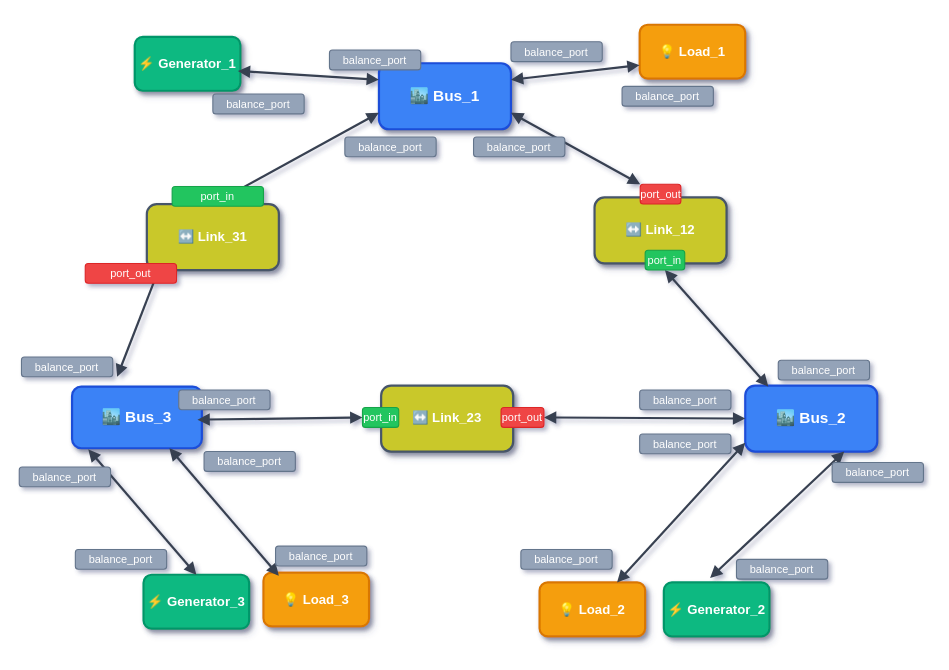
This is doc/assets/QSE_1_system_complete.drawio from AntaresSimulatorTeam/GEMS, a draw.io file, before an edit. Source tidied: cells renumbered, new cells numbered last; positions are measured from the earlier drawing's top-left corner, leaving out a move shared by most shapes. Both pictures are drawn from the tidied source at 110%, with x=0, y=0 at pixel (19, 24).
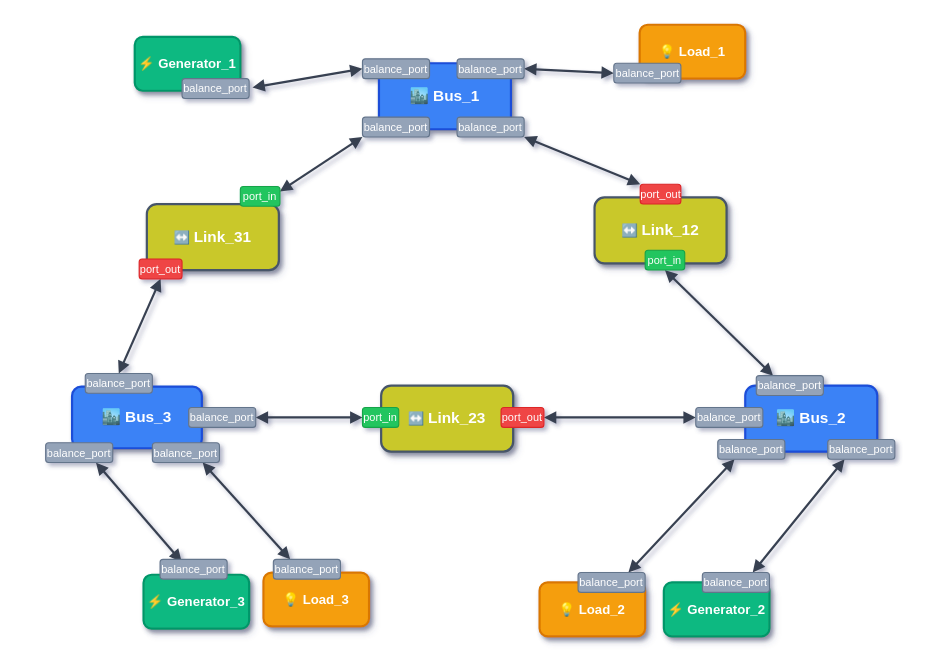
The same page after the edit.

Commit message (it also covers changes not shown here):
update complete diagram

The change refers to these unchanged cells:
```xml
<mxCell id="2" value="🏙️ Bus_1" style="rounded=1;whiteSpace=wrap;html=1;fillColor=#3B82F6;strokeColor=#1D4ED8;strokeWidth=2;fontColor=#FFFFFF;fontStyle=1;fontSize=14;shadow=1;" parent="1" vertex="1">
  <mxGeometry x="327" y="35" width="120" height="60" as="geometry" />
</mxCell>
<mxCell id="3" value="⚡ Generator_1" style="rounded=1;whiteSpace=wrap;html=1;fillColor=#10B981;strokeColor=#059669;strokeWidth=2;fontColor=#FFFFFF;fontStyle=1;fontSize=12;shadow=1;" parent="1" vertex="1">
  <mxGeometry x="105" y="11" width="96" height="49" as="geometry" />
</mxCell>
<mxCell id="4" value="🏙️ Bus_3" style="rounded=1;whiteSpace=wrap;html=1;fillColor=#3B82F6;strokeColor=#1D4ED8;strokeWidth=2;fontColor=#FFFFFF;fontStyle=1;fontSize=14;shadow=1;" parent="1" vertex="1">
  <mxGeometry x="48" y="329" width="118" height="56" as="geometry" />
</mxCell>
<mxCell id="5" value="🏙️ Bus_2" style="rounded=1;whiteSpace=wrap;html=1;fillColor=#3B82F6;strokeColor=#1D4ED8;strokeWidth=2;fontColor=#FFFFFF;fontStyle=1;fontSize=14;shadow=1;" parent="1" vertex="1">
  <mxGeometry x="660" y="328" width="120" height="60" as="geometry" />
</mxCell>
<mxCell id="9" value="⚡ Generator_2" style="rounded=1;whiteSpace=wrap;html=1;fillColor=#10B981;strokeColor=#059669;strokeWidth=2;fontColor=#FFFFFF;fontStyle=1;fontSize=12;shadow=1;" parent="1" vertex="1">
  <mxGeometry x="586" y="507" width="96" height="49" as="geometry" />
</mxCell>
<mxCell id="10" value="⚡ Generator_3" style="rounded=1;whiteSpace=wrap;html=1;fillColor=#10B981;strokeColor=#059669;strokeWidth=2;fontColor=#FFFFFF;fontStyle=1;fontSize=12;shadow=1;" parent="1" vertex="1">
  <mxGeometry x="113" y="500" width="96" height="49" as="geometry" />
</mxCell>
<mxCell id="11" value="💡 Load_3" style="rounded=1;whiteSpace=wrap;html=1;fillColor=#F59E0B;strokeColor=#D97706;strokeWidth=2;fontColor=#FFFFFF;fontStyle=1;fontSize=12;shadow=1;" parent="1" vertex="1">
  <mxGeometry x="222" y="498" width="96" height="49" as="geometry" />
</mxCell>
<mxCell id="12" value="💡 Load_2" style="rounded=1;whiteSpace=wrap;html=1;fillColor=#F59E0B;strokeColor=#D97706;strokeWidth=2;fontColor=#FFFFFF;fontStyle=1;fontSize=12;shadow=1;" parent="1" vertex="1">
  <mxGeometry x="473" y="507" width="96" height="49" as="geometry" />
</mxCell>
<mxCell id="13" value="💡 Load_1" style="rounded=1;whiteSpace=wrap;html=1;fillColor=#F59E0B;strokeColor=#D97706;strokeWidth=2;fontColor=#FFFFFF;fontStyle=1;fontSize=12;shadow=1;" parent="1" vertex="1">
  <mxGeometry x="564" width="96" height="49" as="geometry" />
</mxCell>
<mxCell id="44" value="port_out" style="rounded=1;whiteSpace=wrap;html=1;fillColor=#EF4444;strokeColor=#DC2626;strokeWidth=1;fontColor=#FFFFFF;fontSize=10;shadow=0;" parent="1" vertex="1">
  <mxGeometry x="564.5" y="145" width="37" height="18" as="geometry" />
</mxCell>
<mxCell id="45" value="port_out" style="rounded=1;whiteSpace=wrap;html=1;fillColor=#EF4444;strokeColor=#DC2626;strokeWidth=1;fontColor=#FFFFFF;fontSize=10;shadow=0;" parent="1" vertex="1">
  <mxGeometry x="438" y="348" width="39" height="18" as="geometry" />
</mxCell>
<mxCell id="46" value="port_in" style="rounded=1;whiteSpace=wrap;html=1;fillColor=#22C55E;strokeColor=#16A34A;strokeWidth=1;fontColor=#FFFFFF;fontSize=10;shadow=0;" parent="1" vertex="1">
  <mxGeometry x="312" y="348" width="33" height="18" as="geometry" />
</mxCell>
<mxCell id="49" value="port_in" style="rounded=1;whiteSpace=wrap;html=1;fillColor=#22C55E;strokeColor=#16A34A;strokeWidth=1;fontColor=#FFFFFF;fontSize=10;shadow=0;" parent="1" vertex="1">
  <mxGeometry x="569" y="205" width="36" height="18" as="geometry" />
</mxCell>
```

The edit, as a diff of the source:
```diff
@@
-    <mxCell id="6" value="↔️ Link_23" style="rounded=1;whiteSpace=wrap;html=1;fillColor=#C9C82B;strokeColor=#475569;strokeWidth=2;fontColor=#FFFFFF;fontStyle=1;fontSize=12;shadow=1;" parent="1" vertex="1">
+    <mxCell id="6" value="↔️ &lt;font style=&quot;font-size: 14px;&quot;&gt;Link_23&lt;/font&gt;" style="rounded=1;whiteSpace=wrap;html=1;fillColor=#C9C82B;strokeColor=#475569;strokeWidth=2;fontColor=#FFFFFF;fontStyle=1;fontSize=12;shadow=1;" parent="1" vertex="1">
       <mxGeometry x="329" y="328" width="120" height="60" as="geometry" />
     </mxCell>
-    <mxCell id="7" value="↔️ Link_12" style="rounded=1;whiteSpace=wrap;html=1;fillColor=#C9C82B;strokeColor=#475569;strokeWidth=2;fontColor=#FFFFFF;fontStyle=1;fontSize=12;shadow=1;" parent="1" vertex="1">
+    <mxCell id="7" value="↔️ &lt;font style=&quot;font-size: 14px;&quot;&gt;Link_12&lt;/font&gt;" style="rounded=1;whiteSpace=wrap;html=1;fillColor=#C9C82B;strokeColor=#475569;strokeWidth=2;fontColor=#FFFFFF;fontStyle=1;fontSize=12;shadow=1;" parent="1" vertex="1">
       <mxGeometry x="523" y="157" width="120" height="60" as="geometry" />
     </mxCell>
-    <mxCell id="8" value="↔️ Link_31" style="rounded=1;whiteSpace=wrap;html=1;fillColor=#C9C82B;strokeColor=#475569;strokeWidth=2;fontColor=#FFFFFF;fontStyle=1;fontSize=12;shadow=1;" parent="1" vertex="1">
+    <mxCell id="8" value="↔️ &lt;font style=&quot;font-size: 14px;&quot;&gt;Link_31&lt;/font&gt;" style="rounded=1;whiteSpace=wrap;html=1;fillColor=#C9C82B;strokeColor=#475569;strokeWidth=2;fontColor=#FFFFFF;fontStyle=1;fontSize=12;shadow=1;" parent="1" vertex="1">
       <mxGeometry x="116" y="163" width="120" height="60" as="geometry" />
     </mxCell>
@@
-    <mxCell id="14" style="endArrow=block;startArrow=block;html=1;rounded=1;strokeWidth=2;strokeColor=#374151;entryX=0.092;entryY=0.983;entryDx=0;entryDy=0;entryPerimeter=0;" parent="1" edge="1" target="8">
-      <mxGeometry x="0.01" relative="1" as="geometry">
-        <mxPoint x="89" y="320" as="sourcePoint" />
-      </mxGeometry>
+    <mxCell id="14" style="endArrow=block;startArrow=block;html=1;rounded=1;strokeWidth=2;strokeColor=#374151;entryX=0.5;entryY=1;entryDx=0;entryDy=0;exitX=0.5;exitY=0;exitDx=0;exitDy=0;" parent="1" edge="1" source="16" target="15">
+      <mxGeometry x="0.01" relative="1" as="geometry" />
     </mxCell>
-    <mxCell id="15" value="port_out" style="rounded=1;whiteSpace=wrap;html=1;fillColor=#EF4444;strokeColor=#DC2626;strokeWidth=1;fontColor=#FFFFFF;fontSize=10;shadow=0;" parent="1" vertex="1">
-      <mxGeometry x="60" y="217" width="83" height="18" as="geometry" />
-    </mxCell>
     <mxCell id="16" value="balance_port" style="rounded=1;whiteSpace=wrap;html=1;fillColor=#94A3B8;strokeColor=#64748B;strokeWidth=1;fontColor=#FFFFFF;fontSize=10;shadow=0;" parent="1" vertex="1">
-      <mxGeometry x="2" y="302" width="83" height="18" as="geometry" />
+      <mxGeometry x="60" y="317" width="61" height="18" as="geometry" />
     </mxCell>
-    <mxCell id="17" style="endArrow=block;startArrow=block;html=1;rounded=1;strokeWidth=2;strokeColor=#374151;entryX=0;entryY=0.5;entryDx=0;entryDy=0;" parent="1" edge="1" target="46">
-      <mxGeometry relative="1" as="geometry">
-        <mxPoint x="162" y="359" as="sourcePoint" />
-      </mxGeometry>
+    <mxCell id="17" style="endArrow=block;startArrow=block;html=1;rounded=1;strokeWidth=2;strokeColor=#374151;entryX=0;entryY=0.5;entryDx=0;entryDy=0;exitX=1;exitY=0.5;exitDx=0;exitDy=0;" parent="1" edge="1" source="47" target="46">
+      <mxGeometry relative="1" as="geometry" />
     </mxCell>
-    <mxCell id="18" style="endArrow=block;startArrow=block;html=1;rounded=1;strokeWidth=2;strokeColor=#374151;entryX=0;entryY=0.5;entryDx=0;entryDy=0;exitX=1;exitY=0.5;exitDx=0;exitDy=0;" parent="1" edge="1" source="45" target="5">
+    <mxCell id="18" style="endArrow=block;startArrow=block;html=1;rounded=1;strokeWidth=2;strokeColor=#374151;entryX=0;entryY=0.5;entryDx=0;entryDy=0;exitX=1;exitY=0.5;exitDx=0;exitDy=0;" parent="1" edge="1" source="45" target="41">
       <mxGeometry relative="1" as="geometry" />
     </mxCell>
-    <mxCell id="19" style="endArrow=block;startArrow=block;html=1;rounded=1;strokeWidth=2;strokeColor=#374151;exitX=1;exitY=0.75;exitDx=0;exitDy=0;entryX=0;entryY=0;entryDx=0;entryDy=0;" parent="1" edge="1" source="2" target="44">
+    <mxCell id="19" style="endArrow=block;startArrow=block;html=1;rounded=1;strokeWidth=2;strokeColor=#374151;exitX=1;exitY=1;exitDx=0;exitDy=0;entryX=0;entryY=0;entryDx=0;entryDy=0;" parent="1" edge="1" source="35" target="44">
       <mxGeometry relative="1" as="geometry" />
     </mxCell>
-    <mxCell id="20" style="endArrow=block;startArrow=block;html=1;rounded=1;strokeWidth=2;strokeColor=#374151;exitX=0;exitY=0.75;exitDx=0;exitDy=0;entryX=1;entryY=0.25;entryDx=0;entryDy=0;" parent="1" edge="1" source="13" target="2">
+    <mxCell id="20" style="endArrow=block;startArrow=block;html=1;rounded=1;strokeWidth=2;strokeColor=#374151;exitX=0;exitY=0.5;exitDx=0;exitDy=0;entryX=1;entryY=0.5;entryDx=0;entryDy=0;" parent="1" edge="1" source="38" target="37">
       <mxGeometry relative="1" as="geometry" />
     </mxCell>
-    <mxCell id="21" style="endArrow=block;startArrow=block;html=1;rounded=1;strokeWidth=2;strokeColor=#374151;entryX=0.976;entryY=0.634;entryDx=0;entryDy=0;entryPerimeter=0;exitX=0;exitY=0.25;exitDx=0;exitDy=0;" parent="1" edge="1" source="2" target="3">
-      <mxGeometry relative="1" as="geometry" />
+    <mxCell id="21" style="endArrow=block;startArrow=block;html=1;rounded=1;strokeWidth=2;strokeColor=#374151;exitX=0;exitY=0.5;exitDx=0;exitDy=0;" parent="1" edge="1" source="36">
+      <mxGeometry relative="1" as="geometry">
+        <mxPoint x="212" y="57" as="targetPoint" />
+      </mxGeometry>
     </mxCell>
-    <mxCell id="22" style="endArrow=block;startArrow=block;html=1;rounded=1;strokeWidth=2;strokeColor=#374151;exitX=0.5;exitY=0;exitDx=0;exitDy=0;entryX=0;entryY=0.75;entryDx=0;entryDy=0;" parent="1" edge="1" source="8" target="2">
+    <mxCell id="22" style="endArrow=block;startArrow=block;html=1;rounded=1;strokeWidth=2;strokeColor=#374151;exitX=1;exitY=0.25;exitDx=0;exitDy=0;entryX=0;entryY=1;entryDx=0;entryDy=0;" parent="1" edge="1" source="48" target="34">
       <mxGeometry relative="1" as="geometry" />
     </mxCell>
-    <mxCell id="23" style="endArrow=block;startArrow=block;html=1;rounded=1;strokeWidth=2;strokeColor=#374151;exitX=0.175;exitY=0.017;exitDx=0;exitDy=0;exitPerimeter=0;entryX=0.5;entryY=1;entryDx=0;entryDy=0;" parent="1" edge="1" source="5" target="49">
+    <mxCell id="23" style="endArrow=block;startArrow=block;html=1;rounded=1;strokeWidth=2;strokeColor=#374151;exitX=0.25;exitY=0;exitDx=0;exitDy=0;entryX=0.5;entryY=1;entryDx=0;entryDy=0;" parent="1" edge="1" source="40" target="49">
       <mxGeometry relative="1" as="geometry" />
     </mxCell>
-    <mxCell id="24" style="endArrow=block;startArrow=block;html=1;rounded=1;strokeWidth=2;strokeColor=#374151;entryX=0.125;entryY=1.017;entryDx=0;entryDy=0;exitX=0.5;exitY=0;exitDx=0;exitDy=0;entryPerimeter=0;" parent="1" edge="1" source="10" target="4">
+    <mxCell id="24" style="endArrow=block;startArrow=block;html=1;rounded=1;strokeWidth=2;strokeColor=#374151;exitX=0.322;exitY=0.121;exitDx=0;exitDy=0;entryX=0.75;entryY=1;entryDx=0;entryDy=0;exitPerimeter=0;" parent="1" edge="1" source="28" target="33">
       <mxGeometry relative="1" as="geometry" />
     </mxCell>
-    <mxCell id="25" style="endArrow=block;startArrow=block;html=1;rounded=1;strokeWidth=2;strokeColor=#374151;entryX=0.75;entryY=1;entryDx=0;entryDy=0;exitX=0.146;exitY=0.061;exitDx=0;exitDy=0;exitPerimeter=0;" parent="1" edge="1" source="11" target="4">
+    <mxCell id="25" style="endArrow=block;startArrow=block;html=1;rounded=1;strokeWidth=2;strokeColor=#374151;entryX=0.75;entryY=1;entryDx=0;entryDy=0;exitX=0.25;exitY=0;exitDx=0;exitDy=0;" parent="1" edge="1" source="29" target="32">
       <mxGeometry relative="1" as="geometry" />
     </mxCell>
-    <mxCell id="26" style="endArrow=block;startArrow=block;html=1;rounded=1;strokeWidth=2;strokeColor=#374151;entryX=0;entryY=0.867;entryDx=0;entryDy=0;entryPerimeter=0;" parent="1" edge="1" source="12" target="5">
+    <mxCell id="26" style="endArrow=block;startArrow=block;html=1;rounded=1;strokeWidth=2;strokeColor=#374151;entryX=0.25;entryY=1;entryDx=0;entryDy=0;exitX=0.75;exitY=0;exitDx=0;exitDy=0;" parent="1" edge="1" source="30" target="42">
       <mxGeometry relative="1" as="geometry" />
     </mxCell>
-    <mxCell id="27" style="endArrow=block;startArrow=block;html=1;rounded=1;strokeWidth=2;strokeColor=#374151;entryX=0.75;entryY=1;entryDx=0;entryDy=0;exitX=0.438;exitY=-0.082;exitDx=0;exitDy=0;exitPerimeter=0;" parent="1" edge="1" source="9" target="5">
+    <mxCell id="27" style="endArrow=block;startArrow=block;html=1;rounded=1;strokeWidth=2;strokeColor=#374151;entryX=0.25;entryY=1;entryDx=0;entryDy=0;exitX=0.75;exitY=0;exitDx=0;exitDy=0;" parent="1" edge="1" source="31" target="43">
       <mxGeometry relative="1" as="geometry" />
     </mxCell>
     <mxCell id="28" value="balance_port" style="rounded=1;whiteSpace=wrap;html=1;fillColor=#94A3B8;strokeColor=#64748B;strokeWidth=1;fontColor=#FFFFFF;fontSize=10;shadow=0;" parent="1" vertex="1">
-      <mxGeometry x="51" y="477" width="83" height="18" as="geometry" />
+      <mxGeometry x="128" y="486" width="61" height="18" as="geometry" />
     </mxCell>
     <mxCell id="29" value="balance_port" style="rounded=1;whiteSpace=wrap;html=1;fillColor=#94A3B8;strokeColor=#64748B;strokeWidth=1;fontColor=#FFFFFF;fontSize=10;shadow=0;" parent="1" vertex="1">
-      <mxGeometry x="233" y="474" width="83" height="18" as="geometry" />
+      <mxGeometry x="231" y="486" width="61" height="18" as="geometry" />
     </mxCell>
     <mxCell id="30" value="balance_port" style="rounded=1;whiteSpace=wrap;html=1;fillColor=#94A3B8;strokeColor=#64748B;strokeWidth=1;fontColor=#FFFFFF;fontSize=10;shadow=0;" parent="1" vertex="1">
-      <mxGeometry x="456" y="477" width="83" height="18" as="geometry" />
+      <mxGeometry x="508" y="498" width="61" height="18" as="geometry" />
     </mxCell>
     <mxCell id="31" value="balance_port" style="rounded=1;whiteSpace=wrap;html=1;fillColor=#94A3B8;strokeColor=#64748B;strokeWidth=1;fontColor=#FFFFFF;fontSize=10;shadow=0;" parent="1" vertex="1">
-      <mxGeometry x="652" y="486" width="83" height="18" as="geometry" />
+      <mxGeometry x="621" y="498" width="61" height="18" as="geometry" />
     </mxCell>
     <mxCell id="32" value="balance_port" style="rounded=1;whiteSpace=wrap;html=1;fillColor=#94A3B8;strokeColor=#64748B;strokeWidth=1;fontColor=#FFFFFF;fontSize=10;shadow=0;" parent="1" vertex="1">
-      <mxGeometry x="168" y="388" width="83" height="18" as="geometry" />
+      <mxGeometry x="121" y="380" width="61" height="18" as="geometry" />
     </mxCell>
     <mxCell id="33" value="balance_port" style="rounded=1;whiteSpace=wrap;html=1;fillColor=#94A3B8;strokeColor=#64748B;strokeWidth=1;fontColor=#FFFFFF;fontSize=10;shadow=0;" parent="1" vertex="1">
-      <mxGeometry y="402" width="83" height="18" as="geometry" />
+      <mxGeometry x="24" y="380" width="61" height="18" as="geometry" />
     </mxCell>
     <mxCell id="34" value="balance_port" style="rounded=1;whiteSpace=wrap;html=1;fillColor=#94A3B8;strokeColor=#64748B;strokeWidth=1;fontColor=#FFFFFF;fontSize=10;shadow=0;" parent="1" vertex="1">
-      <mxGeometry x="296" y="102" width="83" height="18" as="geometry" />
+      <mxGeometry x="312" y="84" width="61" height="18" as="geometry" />
     </mxCell>
     <mxCell id="35" value="balance_port" style="rounded=1;whiteSpace=wrap;html=1;fillColor=#94A3B8;strokeColor=#64748B;strokeWidth=1;fontColor=#FFFFFF;fontSize=10;shadow=0;" parent="1" vertex="1">
-      <mxGeometry x="413" y="102" width="83" height="18" as="geometry" />
+      <mxGeometry x="398" y="84" width="61" height="18" as="geometry" />
     </mxCell>
     <mxCell id="36" value="balance_port" style="rounded=1;whiteSpace=wrap;html=1;fillColor=#94A3B8;strokeColor=#64748B;strokeWidth=1;fontColor=#FFFFFF;fontSize=10;shadow=0;" parent="1" vertex="1">
-      <mxGeometry x="282" y="23" width="83" height="18" as="geometry" />
+      <mxGeometry x="312" y="31" width="61" height="18" as="geometry" />
     </mxCell>
     <mxCell id="37" value="balance_port" style="rounded=1;whiteSpace=wrap;html=1;fillColor=#94A3B8;strokeColor=#64748B;strokeWidth=1;fontColor=#FFFFFF;fontSize=10;shadow=0;" parent="1" vertex="1">
-      <mxGeometry x="447" y="15.5" width="83" height="18" as="geometry" />
+      <mxGeometry x="398" y="31" width="61" height="18" as="geometry" />
     </mxCell>
     <mxCell id="38" value="balance_port" style="rounded=1;whiteSpace=wrap;html=1;fillColor=#94A3B8;strokeColor=#64748B;strokeWidth=1;fontColor=#FFFFFF;fontSize=10;shadow=0;" parent="1" vertex="1">
-      <mxGeometry x="548" y="56" width="83" height="18" as="geometry" />
+      <mxGeometry x="540.5" y="35" width="61" height="18" as="geometry" />
     </mxCell>
-    <mxCell id="39" value="balance_port" style="rounded=1;whiteSpace=wrap;html=1;fillColor=#94A3B8;strokeColor=#64748B;strokeWidth=1;fontColor=#FFFFFF;fontSize=10;shadow=0;" parent="1" vertex="1">
-      <mxGeometry x="176" y="63" width="83" height="18" as="geometry" />
+    <mxCell id="39" value="&lt;font style=&quot;font-size: 10px;&quot;&gt;balance_port&lt;/font&gt;" style="rounded=1;whiteSpace=wrap;html=1;fillColor=#94A3B8;strokeColor=#64748B;strokeWidth=1;fontColor=#FFFFFF;fontSize=10;shadow=0;" parent="1" vertex="1">
+      <mxGeometry x="148" y="49" width="61" height="18" as="geometry" />
     </mxCell>
     <mxCell id="40" value="balance_port" style="rounded=1;whiteSpace=wrap;html=1;fillColor=#94A3B8;strokeColor=#64748B;strokeWidth=1;fontColor=#FFFFFF;fontSize=10;shadow=0;" parent="1" vertex="1">
-      <mxGeometry x="690" y="305" width="83" height="18" as="geometry" />
+      <mxGeometry x="670" y="319" width="61" height="18" as="geometry" />
     </mxCell>
     <mxCell id="41" value="balance_port" style="rounded=1;whiteSpace=wrap;html=1;fillColor=#94A3B8;strokeColor=#64748B;strokeWidth=1;fontColor=#FFFFFF;fontSize=10;shadow=0;" parent="1" vertex="1">
-      <mxGeometry x="564" y="332" width="83" height="18" as="geometry" />
+      <mxGeometry x="615" y="348" width="61" height="18" as="geometry" />
     </mxCell>
     <mxCell id="42" value="balance_port" style="rounded=1;whiteSpace=wrap;html=1;fillColor=#94A3B8;strokeColor=#64748B;strokeWidth=1;fontColor=#FFFFFF;fontSize=10;shadow=0;" parent="1" vertex="1">
-      <mxGeometry x="564" y="372" width="83" height="18" as="geometry" />
+      <mxGeometry x="635" y="377" width="61" height="18" as="geometry" />
     </mxCell>
     <mxCell id="43" value="balance_port" style="rounded=1;whiteSpace=wrap;html=1;fillColor=#94A3B8;strokeColor=#64748B;strokeWidth=1;fontColor=#FFFFFF;fontSize=10;shadow=0;" parent="1" vertex="1">
-      <mxGeometry x="739" y="398" width="83" height="18" as="geometry" />
+      <mxGeometry x="735" y="377" width="61" height="18" as="geometry" />
     </mxCell>
@@
     <mxCell id="47" value="balance_port" style="rounded=1;whiteSpace=wrap;html=1;fillColor=#94A3B8;strokeColor=#64748B;strokeWidth=1;fontColor=#FFFFFF;fontSize=10;shadow=0;" parent="1" vertex="1">
-      <mxGeometry x="145" y="332" width="83" height="18" as="geometry" />
+      <mxGeometry x="154" y="348" width="61" height="18" as="geometry" />
     </mxCell>
     <mxCell id="48" value="port_in" style="rounded=1;whiteSpace=wrap;html=1;fillColor=#22C55E;strokeColor=#16A34A;strokeWidth=1;fontColor=#FFFFFF;fontSize=10;shadow=0;" parent="1" vertex="1">
-      <mxGeometry x="139" y="147" width="83" height="18" as="geometry" />
+      <mxGeometry x="201" y="147" width="36" height="18" as="geometry" />
     </mxCell>
@@
+    <mxCell id="15" value="port_out" style="rounded=1;whiteSpace=wrap;html=1;fillColor=#EF4444;strokeColor=#DC2626;strokeWidth=1;fontColor=#FFFFFF;fontSize=10;shadow=0;" parent="1" vertex="1">
+      <mxGeometry x="109" y="213" width="39" height="18" as="geometry" />
+    </mxCell>
```
